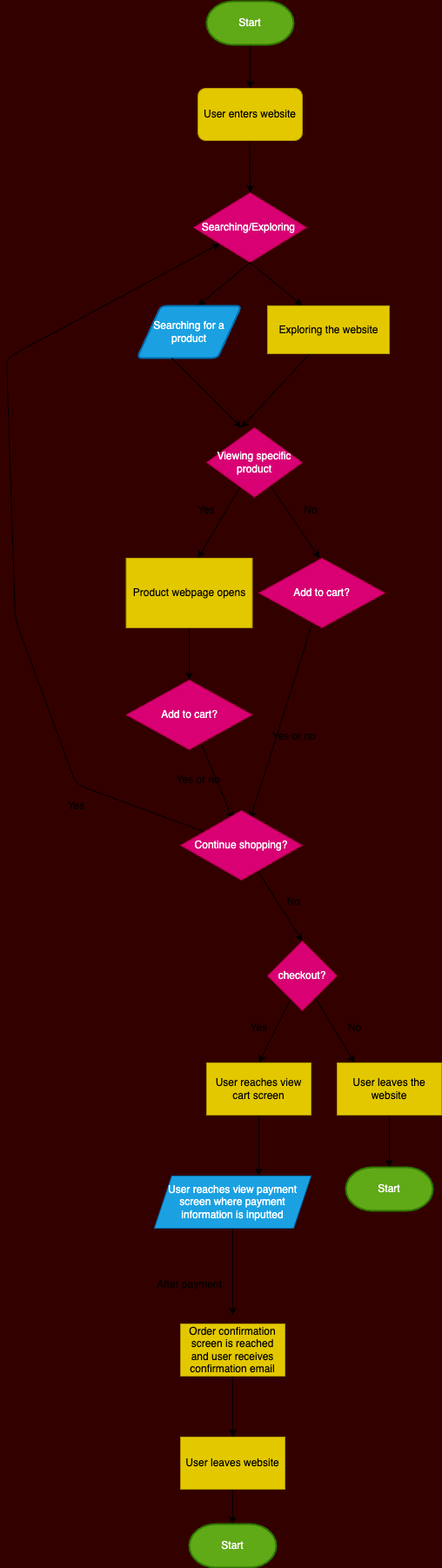
Earlier version of the draw.io export explore/diagramming/diagram.drawio.png (arjunkohli0707/sp24-cse110-lab4). Source tidied: cells renumbered, new cells last; positions are measured from the earlier drawing's top-left corner, leaving out a move shared by most shapes.
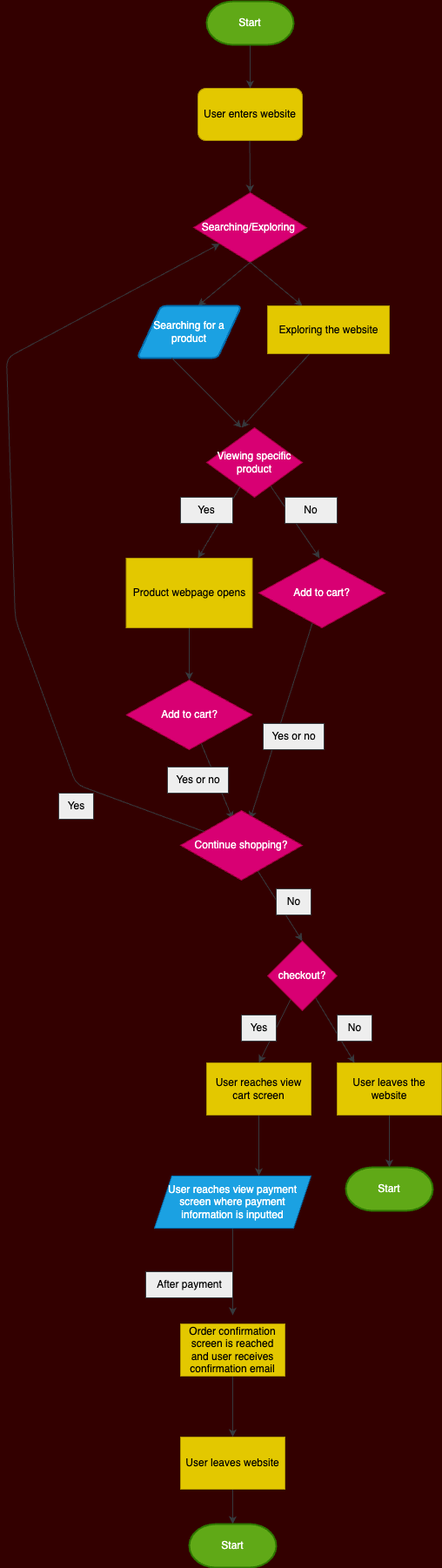
The same file after the commit.

Change to the diagram source:
```diff
@@ -2,13 +2,13 @@
   <root>
     <mxCell id="0" />
     <mxCell id="1" parent="0" />
-    <mxCell id="2" style="endArrow=classic;html=1;" parent="1" edge="1">
+    <mxCell id="2" style="endArrow=classic;html=1;fillColor=#eeeeee;strokeColor=#36393d;" parent="1" edge="1">
       <mxGeometry relative="1" as="geometry">
         <mxPoint x="279.5" y="160" as="sourcePoint" />
         <mxPoint x="280" y="220" as="targetPoint" />
       </mxGeometry>
     </mxCell>
-    <mxCell id="3" style="edgeStyle=none;html=1;entryX=0.5;entryY=0;entryDx=0;entryDy=0;" parent="1" edge="1" source="4" target="17">
+    <mxCell id="3" style="edgeStyle=none;html=1;entryX=0.5;entryY=0;entryDx=0;entryDy=0;fillColor=#eeeeee;strokeColor=#36393d;" parent="1" edge="1" source="4" target="17">
       <mxGeometry relative="1" as="geometry" />
     </mxCell>
     <mxCell id="4" value="Start" style="strokeWidth=2;html=1;shape=mxgraph.flowchart.terminator;whiteSpace=wrap;fillColor=#60a917;fontColor=#ffffff;strokeColor=#2D7600;" parent="1" vertex="1">
@@ -17,13 +17,13 @@
     <mxCell id="5" value="Searching/Exploring&amp;nbsp;" style="rhombus;whiteSpace=wrap;html=1;fillColor=#d80073;fontColor=#ffffff;strokeColor=#A50040;" parent="1" vertex="1">
       <mxGeometry x="215" y="220" width="130" height="80" as="geometry" />
     </mxCell>
-    <mxCell id="6" style="endArrow=classic;html=1;" parent="1" edge="1">
+    <mxCell id="6" style="endArrow=classic;html=1;fillColor=#eeeeee;strokeColor=#36393d;" parent="1" edge="1">
       <mxGeometry relative="1" as="geometry">
         <mxPoint x="280" y="300" as="sourcePoint" />
         <mxPoint x="340" y="350" as="targetPoint" />
       </mxGeometry>
     </mxCell>
-    <mxCell id="7" style="endArrow=classic;html=1;" parent="1" edge="1">
+    <mxCell id="7" style="endArrow=classic;html=1;fillColor=#eeeeee;strokeColor=#36393d;" parent="1" edge="1">
       <mxGeometry relative="1" as="geometry">
         <mxPoint x="280" y="300" as="sourcePoint" />
         <mxPoint x="220" y="350" as="targetPoint" />
@@ -35,23 +35,23 @@
     <mxCell id="9" value="Exploring the website" style="html=1;dashed=0;whitespace=wrap;fillColor=#e3c800;fontColor=#000000;strokeColor=#B09500;" parent="1" vertex="1">
       <mxGeometry x="300" y="350" width="140" height="55" as="geometry" />
     </mxCell>
-    <mxCell id="10" style="endArrow=classic;html=1;" parent="1" edge="1">
+    <mxCell id="10" style="endArrow=classic;html=1;fillColor=#eeeeee;strokeColor=#36393d;" parent="1" edge="1">
       <mxGeometry relative="1" as="geometry">
         <mxPoint x="190" y="410" as="sourcePoint" />
         <mxPoint x="270" y="490" as="targetPoint" />
       </mxGeometry>
     </mxCell>
-    <mxCell id="11" style="endArrow=classic;html=1;exitX=0.343;exitY=1.009;exitDx=0;exitDy=0;exitPerimeter=0;" parent="1" edge="1" source="9">
+    <mxCell id="11" style="endArrow=classic;html=1;exitX=0.343;exitY=1.009;exitDx=0;exitDy=0;exitPerimeter=0;fillColor=#eeeeee;strokeColor=#36393d;" parent="1" edge="1" source="9">
       <mxGeometry relative="1" as="geometry">
         <mxPoint x="270" y="490" as="targetPoint" />
       </mxGeometry>
     </mxCell>
-    <mxCell id="12" style="edgeStyle=none;html=1;" parent="1" edge="1" source="14">
+    <mxCell id="12" style="edgeStyle=none;html=1;fillColor=#eeeeee;strokeColor=#36393d;" parent="1" edge="1" source="14">
       <mxGeometry relative="1" as="geometry">
         <mxPoint x="220" y="640" as="targetPoint" />
       </mxGeometry>
     </mxCell>
-    <mxCell id="13" style="edgeStyle=none;html=1;" parent="1" edge="1" source="14">
+    <mxCell id="13" style="edgeStyle=none;html=1;fillColor=#eeeeee;strokeColor=#36393d;" parent="1" edge="1" source="14">
       <mxGeometry relative="1" as="geometry">
         <mxPoint x="360" y="640" as="targetPoint" />
       </mxGeometry>
@@ -59,16 +59,16 @@
     <mxCell id="14" value="Viewing specific product" style="rhombus;whiteSpace=wrap;html=1;fillColor=#d80073;fontColor=#ffffff;strokeColor=#A50040;" parent="1" vertex="1">
       <mxGeometry x="230" y="490" width="110" height="80" as="geometry" />
     </mxCell>
-    <mxCell id="15" value="Yes" style="text;strokeColor=none;align=center;fillColor=none;html=1;verticalAlign=middle;whiteSpace=wrap;rounded=0;" parent="1" vertex="1">
+    <mxCell id="15" value="Yes" style="text;strokeColor=#36393d;align=center;fillColor=#eeeeee;html=1;verticalAlign=middle;whiteSpace=wrap;rounded=0;" parent="1" vertex="1">
       <mxGeometry x="200" y="570" width="60" height="30" as="geometry" />
     </mxCell>
-    <mxCell id="16" value="No" style="text;strokeColor=none;align=center;fillColor=none;html=1;verticalAlign=middle;whiteSpace=wrap;rounded=0;" parent="1" vertex="1">
+    <mxCell id="16" value="No" style="text;align=center;html=1;verticalAlign=middle;whiteSpace=wrap;rounded=0;fillColor=#eeeeee;strokeColor=#36393d;" parent="1" vertex="1">
       <mxGeometry x="320" y="570" width="60" height="30" as="geometry" />
     </mxCell>
     <mxCell id="17" value="User enters website" style="rounded=1;whiteSpace=wrap;html=1;fillColor=#e3c800;fontColor=#000000;strokeColor=#B09500;" parent="1" vertex="1">
       <mxGeometry x="220" y="100" width="120" height="60" as="geometry" />
     </mxCell>
-    <mxCell id="18" style="edgeStyle=none;html=1;" parent="1" edge="1" source="19">
+    <mxCell id="18" style="edgeStyle=none;html=1;fillColor=#eeeeee;strokeColor=#36393d;" parent="1" edge="1" source="19">
       <mxGeometry relative="1" as="geometry">
         <mxPoint x="280" y="940" as="targetPoint" />
       </mxGeometry>
@@ -79,10 +79,13 @@
     <mxCell id="20" style="edgeStyle=none;html=1;entryX=0.5;entryY=0;entryDx=0;entryDy=0;" parent="1" edge="1" source="21" target="23">
       <mxGeometry relative="1" as="geometry" />
     </mxCell>
+    <mxCell id="49" style="edgeStyle=none;html=1;fillColor=#eeeeee;strokeColor=#36393d;" parent="1" edge="1" source="21" target="23">
+      <mxGeometry relative="1" as="geometry" />
+    </mxCell>
     <mxCell id="21" value="Product webpage opens" style="rectangle;whiteSpace=wrap;html=1;fillColor=#e3c800;fontColor=#000000;strokeColor=#B09500;" parent="1" vertex="1">
       <mxGeometry x="137.5" y="640" width="145" height="80" as="geometry" />
     </mxCell>
-    <mxCell id="22" style="edgeStyle=none;html=1;" parent="1" edge="1" source="23">
+    <mxCell id="22" style="edgeStyle=none;html=1;fillColor=#eeeeee;strokeColor=#36393d;" parent="1" edge="1" source="23">
       <mxGeometry relative="1" as="geometry">
         <mxPoint x="260" y="940" as="targetPoint" />
       </mxGeometry>
@@ -90,13 +93,13 @@
     <mxCell id="23" value="Add to cart?" style="rhombus;whiteSpace=wrap;html=1;fillColor=#d80073;fontColor=#ffffff;strokeColor=#A50040;" parent="1" vertex="1">
       <mxGeometry x="137.5" y="780" width="145" height="80" as="geometry" />
     </mxCell>
-    <mxCell id="24" value="Yes or no" style="text;html=1;align=center;verticalAlign=middle;strokeColor=none;fillColor=none;" parent="1" vertex="1">
+    <mxCell id="24" value="Yes or no" style="text;html=1;align=center;verticalAlign=middle;strokeColor=#36393d;fillColor=#eeeeee;" parent="1" vertex="1">
       <mxGeometry x="295" y="830" width="70" height="30" as="geometry" />
     </mxCell>
-    <mxCell id="25" value="Yes or no" style="text;html=1;align=center;verticalAlign=middle;strokeColor=none;fillColor=none;" parent="1" vertex="1">
+    <mxCell id="25" value="Yes or no" style="text;html=1;align=center;verticalAlign=middle;strokeColor=#36393d;fillColor=#eeeeee;" parent="1" vertex="1">
       <mxGeometry x="185" y="880" width="70" height="30" as="geometry" />
     </mxCell>
-    <mxCell id="26" style="edgeStyle=none;html=1;" parent="1" edge="1" source="28" target="5">
+    <mxCell id="26" style="edgeStyle=none;html=1;fillColor=#f9f7ed;strokeColor=#36393d;" parent="1" edge="1" source="28" target="5">
       <mxGeometry relative="1" as="geometry">
         <Array as="points">
           <mxPoint x="80" y="900" />
@@ -105,7 +108,7 @@
         </Array>
       </mxGeometry>
     </mxCell>
-    <mxCell id="27" style="edgeStyle=none;html=1;" parent="1" edge="1" source="28">
+    <mxCell id="27" style="edgeStyle=none;html=1;fillColor=#eeeeee;strokeColor=#36393d;" parent="1" edge="1" source="28">
       <mxGeometry relative="1" as="geometry">
         <mxPoint x="340" y="1080" as="targetPoint" />
       </mxGeometry>
@@ -113,18 +116,18 @@
     <mxCell id="28" value="Continue shopping?" style="rhombus;whiteSpace=wrap;html=1;fillColor=#d80073;fontColor=#ffffff;strokeColor=#A50040;" parent="1" vertex="1">
       <mxGeometry x="200" y="930" width="140" height="80" as="geometry" />
     </mxCell>
-    <mxCell id="29" value="Yes" style="text;html=1;align=center;verticalAlign=middle;strokeColor=none;fillColor=none;" parent="1" vertex="1">
+    <mxCell id="29" value="Yes" style="text;html=1;align=center;verticalAlign=middle;strokeColor=#36393d;fillColor=#eeeeee;" parent="1" vertex="1">
       <mxGeometry x="60" y="910" width="40" height="30" as="geometry" />
     </mxCell>
-    <mxCell id="30" value="No" style="text;html=1;align=center;verticalAlign=middle;strokeColor=none;fillColor=none;" parent="1" vertex="1">
+    <mxCell id="30" value="No" style="text;html=1;align=center;verticalAlign=middle;strokeColor=#36393d;fillColor=#eeeeee;" parent="1" vertex="1">
       <mxGeometry x="310" y="1020" width="40" height="30" as="geometry" />
     </mxCell>
-    <mxCell id="31" style="edgeStyle=none;html=1;" parent="1" edge="1" source="33">
+    <mxCell id="31" style="edgeStyle=none;html=1;fillColor=#eeeeee;strokeColor=#36393d;" parent="1" edge="1" source="33">
       <mxGeometry relative="1" as="geometry">
         <mxPoint x="290" y="1220" as="targetPoint" />
       </mxGeometry>
     </mxCell>
-    <mxCell id="32" style="edgeStyle=none;html=1;" parent="1" edge="1" source="33">
+    <mxCell id="32" style="edgeStyle=none;html=1;fillColor=#eeeeee;strokeColor=#36393d;" parent="1" edge="1" source="33">
       <mxGeometry relative="1" as="geometry">
         <mxPoint x="400" y="1220" as="targetPoint" />
       </mxGeometry>
@@ -132,13 +135,13 @@
     <mxCell id="33" value="checkout?" style="rhombus;whiteSpace=wrap;html=1;fillColor=#d80073;fontColor=#ffffff;strokeColor=#A50040;" parent="1" vertex="1">
       <mxGeometry x="300" y="1080" width="80" height="80" as="geometry" />
     </mxCell>
-    <mxCell id="34" value="Yes" style="text;html=1;align=center;verticalAlign=middle;strokeColor=none;fillColor=none;" parent="1" vertex="1">
+    <mxCell id="34" value="Yes" style="text;html=1;align=center;verticalAlign=middle;strokeColor=#36393d;fillColor=#eeeeee;" parent="1" vertex="1">
       <mxGeometry x="270" y="1165" width="40" height="30" as="geometry" />
     </mxCell>
-    <mxCell id="35" value="No" style="text;html=1;align=center;verticalAlign=middle;strokeColor=none;fillColor=none;" parent="1" vertex="1">
+    <mxCell id="35" value="No" style="text;html=1;align=center;verticalAlign=middle;strokeColor=#36393d;fillColor=#eeeeee;" parent="1" vertex="1">
       <mxGeometry x="380" y="1165" width="40" height="30" as="geometry" />
     </mxCell>
-    <mxCell id="36" style="edgeStyle=none;html=1;" parent="1" edge="1" source="37">
+    <mxCell id="36" style="edgeStyle=none;html=1;fillColor=#eeeeee;strokeColor=#36393d;" parent="1" edge="1" source="37">
       <mxGeometry relative="1" as="geometry">
         <mxPoint x="290" y="1350" as="targetPoint" />
       </mxGeometry>
@@ -146,7 +149,7 @@
     <mxCell id="37" value="User reaches view cart screen" style="whiteSpace=wrap;html=1;fillColor=#e3c800;fontColor=#000000;strokeColor=#B09500;" parent="1" vertex="1">
       <mxGeometry x="230" y="1220" width="120" height="60" as="geometry" />
     </mxCell>
-    <mxCell id="38" style="edgeStyle=none;html=1;" parent="1" edge="1" source="39">
+    <mxCell id="38" style="edgeStyle=none;html=1;fillColor=#eeeeee;strokeColor=#36393d;" parent="1" edge="1" source="39">
       <mxGeometry relative="1" as="geometry">
         <mxPoint x="440" y="1340" as="targetPoint" />
       </mxGeometry>
@@ -157,7 +160,7 @@
     <mxCell id="40" value="Start" style="strokeWidth=2;html=1;shape=mxgraph.flowchart.terminator;whiteSpace=wrap;fillColor=#60a917;fontColor=#ffffff;strokeColor=#2D7600;" parent="1" vertex="1">
       <mxGeometry x="390" y="1340" width="100" height="50" as="geometry" />
     </mxCell>
-    <mxCell id="41" style="edgeStyle=none;html=1;" parent="1" edge="1" source="42">
+    <mxCell id="41" style="edgeStyle=none;html=1;fillColor=#eeeeee;strokeColor=#36393d;" parent="1" edge="1" source="42">
       <mxGeometry relative="1" as="geometry">
         <mxPoint x="260" y="1510" as="targetPoint" />
       </mxGeometry>
@@ -165,10 +168,10 @@
     <mxCell id="42" value="User reaches view payment screen where payment information is inputted" style="shape=parallelogram;perimeter=parallelogramPerimeter;whiteSpace=wrap;html=1;fixedSize=1;fillColor=#1ba1e2;fontColor=#ffffff;strokeColor=#006EAF;" parent="1" vertex="1">
       <mxGeometry x="170" y="1350" width="180" height="60" as="geometry" />
     </mxCell>
-    <mxCell id="43" value="After payment" style="text;html=1;align=center;verticalAlign=middle;strokeColor=none;fillColor=none;" parent="1" vertex="1">
+    <mxCell id="43" value="After payment" style="text;html=1;align=center;verticalAlign=middle;strokeColor=#36393d;fillColor=#eeeeee;" parent="1" vertex="1">
       <mxGeometry x="160" y="1460" width="100" height="30" as="geometry" />
     </mxCell>
-    <mxCell id="44" style="edgeStyle=none;html=1;" parent="1" edge="1" source="45">
+    <mxCell id="44" style="edgeStyle=none;html=1;fillColor=#eeeeee;strokeColor=#36393d;" parent="1" edge="1" source="45">
       <mxGeometry relative="1" as="geometry">
         <mxPoint x="260" y="1650" as="targetPoint" />
       </mxGeometry>
@@ -176,7 +179,7 @@
     <mxCell id="45" value="Order confirmation screen is reached and user receives confirmation email" style="whiteSpace=wrap;html=1;fillColor=#e3c800;fontColor=#000000;strokeColor=#B09500;" parent="1" vertex="1">
       <mxGeometry x="200" y="1520" width="120" height="60" as="geometry" />
     </mxCell>
-    <mxCell id="46" style="edgeStyle=none;html=1;" parent="1" edge="1" source="47">
+    <mxCell id="46" style="edgeStyle=none;html=1;fillColor=#eeeeee;strokeColor=#36393d;" parent="1" edge="1" source="47">
       <mxGeometry relative="1" as="geometry">
         <mxPoint x="260" y="1750" as="targetPoint" />
       </mxGeometry>
```
